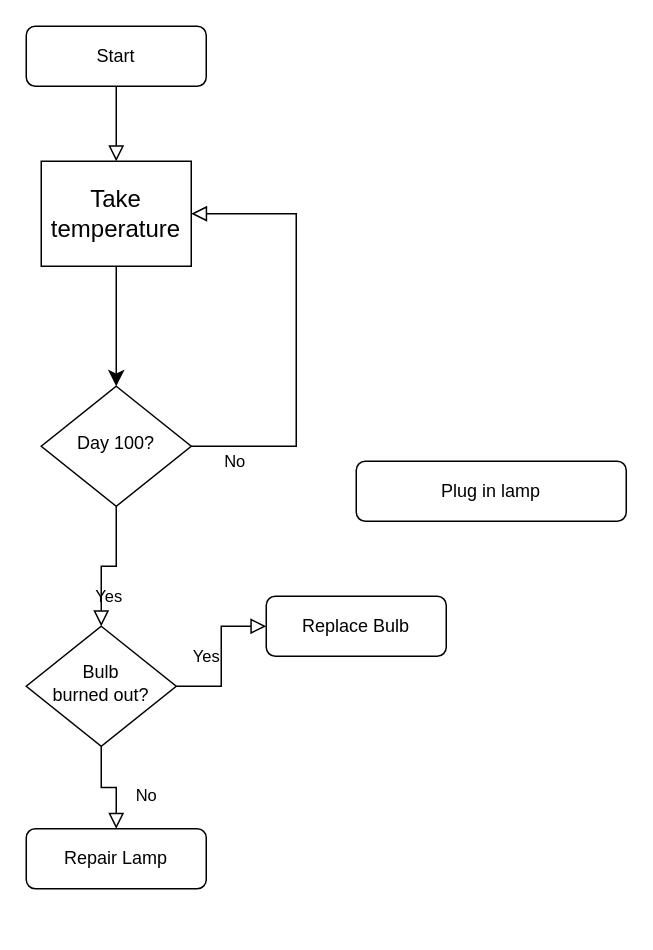
Above: Temperatures.drawio in Hotdog-111/CompSci (draw.io), before the change. Source tidied: cells renumbered, new cells numbered last; positions are measured from the earlier drawing's top-left corner, leaving out a move shared by most shapes. Both pictures are drawn from the tidied source at 150%, with x=0, y=0 at pixel (26, 26).
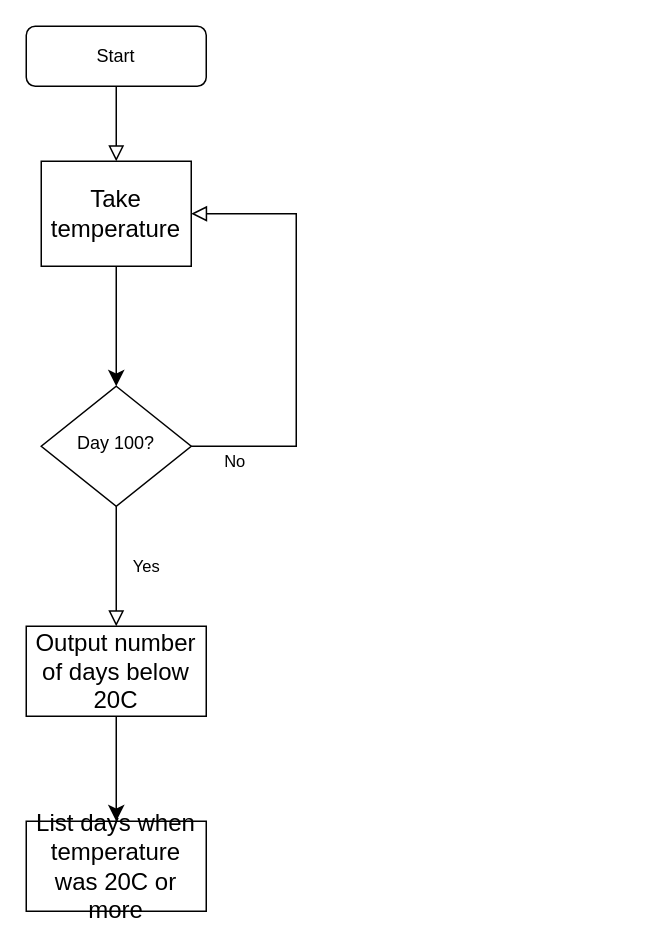
The same page after the edit.

Diff of the diagram source:
```diff
@@
 <mxGraphModel>
   <root>
     <mxCell id="0" />
     <mxCell id="1" parent="0" />
     <mxCell id="2" style="rounded=0;html=1;jettySize=auto;fontSize=11;endArrow=block;endFill=0;endSize=8;strokeWidth=1;shadow=0;labelBackgroundColor=none;edgeStyle=orthogonalEdgeStyle;entryX=0.5;entryY=0;entryDx=0;entryDy=0;" parent="1" edge="1" source="3" target="13">
       <mxGeometry relative="1" as="geometry" />
     </mxCell>
     <mxCell id="3" value="Start" style="rounded=1;whiteSpace=wrap;html=1;fontSize=12;glass=0;strokeWidth=1;shadow=0;" parent="1" vertex="1">
       <mxGeometry width="120" height="40" as="geometry" />
     </mxCell>
-    <mxCell id="4" value="Yes" style="rounded=0;html=1;jettySize=auto;fontSize=11;endArrow=block;endFill=0;endSize=8;strokeWidth=1;shadow=0;labelBackgroundColor=none;edgeStyle=orthogonalEdgeStyle;" parent="1" edge="1" source="6" target="10">
+    <mxCell id="4" value="Yes" style="rounded=0;html=1;jettySize=auto;fontSize=11;endArrow=block;endFill=0;endSize=8;strokeWidth=1;shadow=0;labelBackgroundColor=none;edgeStyle=orthogonalEdgeStyle;entryX=0.5;entryY=0;entryDx=0;entryDy=0;" parent="1" edge="1" source="6" target="15">
       <mxGeometry y="20" relative="1" as="geometry" />
     </mxCell>
     <mxCell id="5" value="No" style="edgeStyle=orthogonalEdgeStyle;rounded=0;html=1;jettySize=auto;fontSize=11;endArrow=block;endFill=0;endSize=8;strokeWidth=1;shadow=0;labelBackgroundColor=none;entryX=1;entryY=0.5;entryDx=0;entryDy=0;" parent="1" edge="1" source="6" target="13">
       <mxGeometry x="-0.8" y="-10" relative="1" as="geometry">
         <Array as="points">
           <mxPoint x="180" y="280" />
           <mxPoint x="180" y="125" />
         </Array>
       </mxGeometry>
     </mxCell>
     <mxCell id="6" value="Day 100?" style="rhombus;whiteSpace=wrap;html=1;shadow=0;fontFamily=Helvetica;fontSize=12;align=center;strokeWidth=1;spacing=6;spacingTop=-4;" parent="1" vertex="1">
       <mxGeometry x="10" y="240" width="100" height="80" as="geometry" />
     </mxCell>
-    <mxCell id="7" value="Plug in lamp" style="rounded=1;whiteSpace=wrap;html=1;fontSize=12;glass=0;strokeWidth=1;shadow=0;" parent="1" vertex="1">
-      <mxGeometry x="220" y="290" width="180" height="40" as="geometry" />
-    </mxCell>
-    <mxCell id="8" value="No" style="rounded=0;html=1;jettySize=auto;fontSize=11;endArrow=block;endFill=0;endSize=8;strokeWidth=1;shadow=0;labelBackgroundColor=none;edgeStyle=orthogonalEdgeStyle;" parent="1" edge="1" source="10" target="11">
-      <mxGeometry x="0.33" y="20" relative="1" as="geometry" />
-    </mxCell>
-    <mxCell id="9" value="Yes" style="edgeStyle=orthogonalEdgeStyle;rounded=0;html=1;jettySize=auto;fontSize=11;endArrow=block;endFill=0;endSize=8;strokeWidth=1;shadow=0;labelBackgroundColor=none;" parent="1" edge="1" source="10" target="12">
-      <mxGeometry y="10" relative="1" as="geometry" />
-    </mxCell>
-    <mxCell id="10" value="Bulb&lt;br&gt;burned out?" style="rhombus;whiteSpace=wrap;html=1;shadow=0;fontFamily=Helvetica;fontSize=12;align=center;strokeWidth=1;spacing=6;spacingTop=-4;" parent="1" vertex="1">
-      <mxGeometry y="400" width="100" height="80" as="geometry" />
-    </mxCell>
-    <mxCell id="11" value="Repair Lamp" style="rounded=1;whiteSpace=wrap;html=1;fontSize=12;glass=0;strokeWidth=1;shadow=0;" parent="1" vertex="1">
-      <mxGeometry y="535" width="120" height="40" as="geometry" />
-    </mxCell>
-    <mxCell id="12" value="Replace Bulb" style="rounded=1;whiteSpace=wrap;html=1;fontSize=12;glass=0;strokeWidth=1;shadow=0;" parent="1" vertex="1">
-      <mxGeometry x="160" y="380" width="120" height="40" as="geometry" />
-    </mxCell>
     <mxCell id="13" value="Take temperature" style="rounded=0;whiteSpace=wrap;html=1;fontSize=16;" parent="1" vertex="1">
       <mxGeometry x="10" y="90" width="100" height="70" as="geometry" />
     </mxCell>
     <mxCell id="14" style="endArrow=classic;html=1;rounded=0;fontSize=12;startSize=8;endSize=8;curved=1;exitX=0.5;exitY=1;exitDx=0;exitDy=0;entryX=0.5;entryY=0;entryDx=0;entryDy=0;" parent="1" edge="1" source="13" target="6">
       <mxGeometry relative="1" as="geometry" />
     </mxCell>
+    <mxCell id="15" value="Output number of days below 20C" style="rounded=0;whiteSpace=wrap;html=1;fontSize=16;" parent="1" vertex="1">
+      <mxGeometry y="400" width="120" height="60" as="geometry" />
+    </mxCell>
+    <mxCell id="16" style="endArrow=classic;html=1;rounded=0;fontSize=12;startSize=8;endSize=8;curved=1;exitX=0.5;exitY=1;exitDx=0;exitDy=0;" parent="1" edge="1" source="15" target="17">
+      <mxGeometry relative="1" as="geometry" />
+    </mxCell>
+    <mxCell id="17" value="List days when temperature was 20C or more" style="rounded=0;whiteSpace=wrap;html=1;fontSize=16;" parent="1" vertex="1">
+      <mxGeometry y="530" width="120" height="60" as="geometry" />
+    </mxCell>
   </root>
 </mxGraphModel>
```
